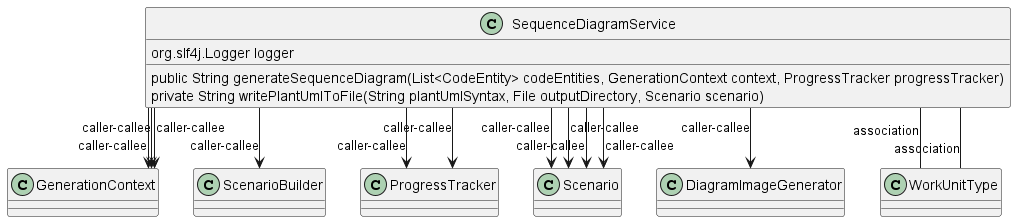
Before: javadoc/html/images/com_pjsoft_j2arch_uml_service_SequenceDiagramService.png, a diagram exported from PlantUML (jags-programming/j2arch). The source it was exported from:
```plantuml
@startuml
skinparam linetype Ortho
class SequenceDiagramService {
    org.slf4j.Logger logger
    public String generateSequenceDiagram(List<CodeEntity> codeEntities, GenerationContext context, ProgressTracker progressTracker)
    private String writePlantUmlToFile(String plantUmlSyntax, File outputDirectory, Scenario scenario)
}
SequenceDiagramService --> GenerationContext : caller-callee
SequenceDiagramService --> GenerationContext : caller-callee
SequenceDiagramService --> ScenarioBuilder : caller-callee
SequenceDiagramService --> ProgressTracker : caller-callee
SequenceDiagramService --> GenerationContext : caller-callee
SequenceDiagramService --> Scenario : caller-callee
SequenceDiagramService --> DiagramImageGenerator : caller-callee
SequenceDiagramService --> Scenario : caller-callee
SequenceDiagramService --> ProgressTracker : caller-callee
SequenceDiagramService -- WorkUnitType : association
SequenceDiagramService -- WorkUnitType : association
SequenceDiagramService --> Scenario : caller-callee
SequenceDiagramService --> Scenario : caller-callee
@enduml
```
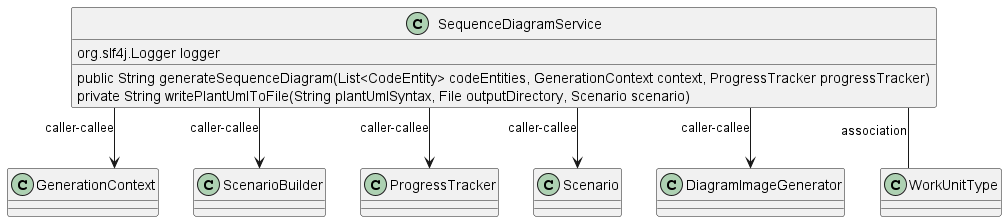
Above is the later version.

Diff of the diagram source:
```diff
@@ -6,16 +6,9 @@
     private String writePlantUmlToFile(String plantUmlSyntax, File outputDirectory, Scenario scenario)
 }
 SequenceDiagramService --> GenerationContext : caller-callee
-SequenceDiagramService --> GenerationContext : caller-callee
 SequenceDiagramService --> ScenarioBuilder : caller-callee
 SequenceDiagramService --> ProgressTracker : caller-callee
-SequenceDiagramService --> GenerationContext : caller-callee
 SequenceDiagramService --> Scenario : caller-callee
 SequenceDiagramService --> DiagramImageGenerator : caller-callee
-SequenceDiagramService --> Scenario : caller-callee
-SequenceDiagramService --> ProgressTracker : caller-callee
 SequenceDiagramService -- WorkUnitType : association
-SequenceDiagramService -- WorkUnitType : association
-SequenceDiagramService --> Scenario : caller-callee
-SequenceDiagramService --> Scenario : caller-callee
 @enduml
```
